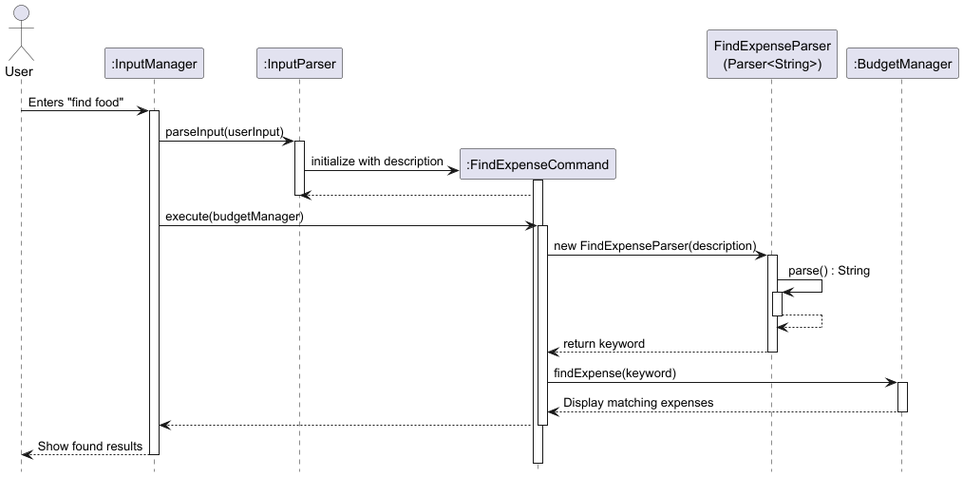
This is docs/diagrams/FindExpenseSequenceDiagram.png from AY2425S2-CS2113-T12-4/tp, a PlantUML export, as it was before one commit. Its source is kept beside it as docs/diagrams/FindExpenseSequenceDiagram.puml. The source it was exported from:
```plantuml
@startuml
hide circle
skinparam classAttributeIconSize 0
hide footbox

actor User
participant ":InputManager" as IM
participant ":InputParser" as IP
participant ":FindExpenseCommand" as FEC
participant ":FindExpenseParser" as FEP
participant ":BudgetManager" as BM
participant ":UI" as UI

User -> IM: Enters "find food"
activate IM
IM -> IP: parseInput(userInput)
activate IP
create FEC
IP -> FEC: initialize with (description)
activate FEC
FEC --> IP
deactivate FEC
IP --> IM: Return FindExpenseCommand object
deactivate IP
IM -> FEC: execute(budgetManager)
activate FEC
FEC -> FEP: new FindExpenseParser(description)
activate FEP
FEP -> FEP: parse()
activate FEP
FEP --> FEP
deactivate FEP
FEP --> FEC: Return keyword
deactivate FEP
box FEC #LightYellow
FEC -> BM: findExpense(keyword)
activate BM
BM -> UI: printSearchHeader(keyword)
activate UI
UI --> BM: header printed
deactivate UI

loop For each expense in Overall budget
   alt expense description contains keyword
      BM -> UI: printMatchingExpense(expenseIndex, expense)
      activate UI
      UI --> BM: expense printed
      deactivate UI
   end
end

alt No matching expense found
   BM -> UI: printNoMatchesFound(keyword)
   activate UI
   UI --> BM: printed no matches message
   deactivate UI
else Matching expense(s) found
   BM -> UI: printSeparator()
   activate UI
   UI --> BM: printed separator
   deactivate UI
end

BM --> FEC: (findExpense complete)
deactivate BM
FEC --> IM:
end box
deactivate FEC
IM --> User: Show search results
deactivate IM
@enduml
```
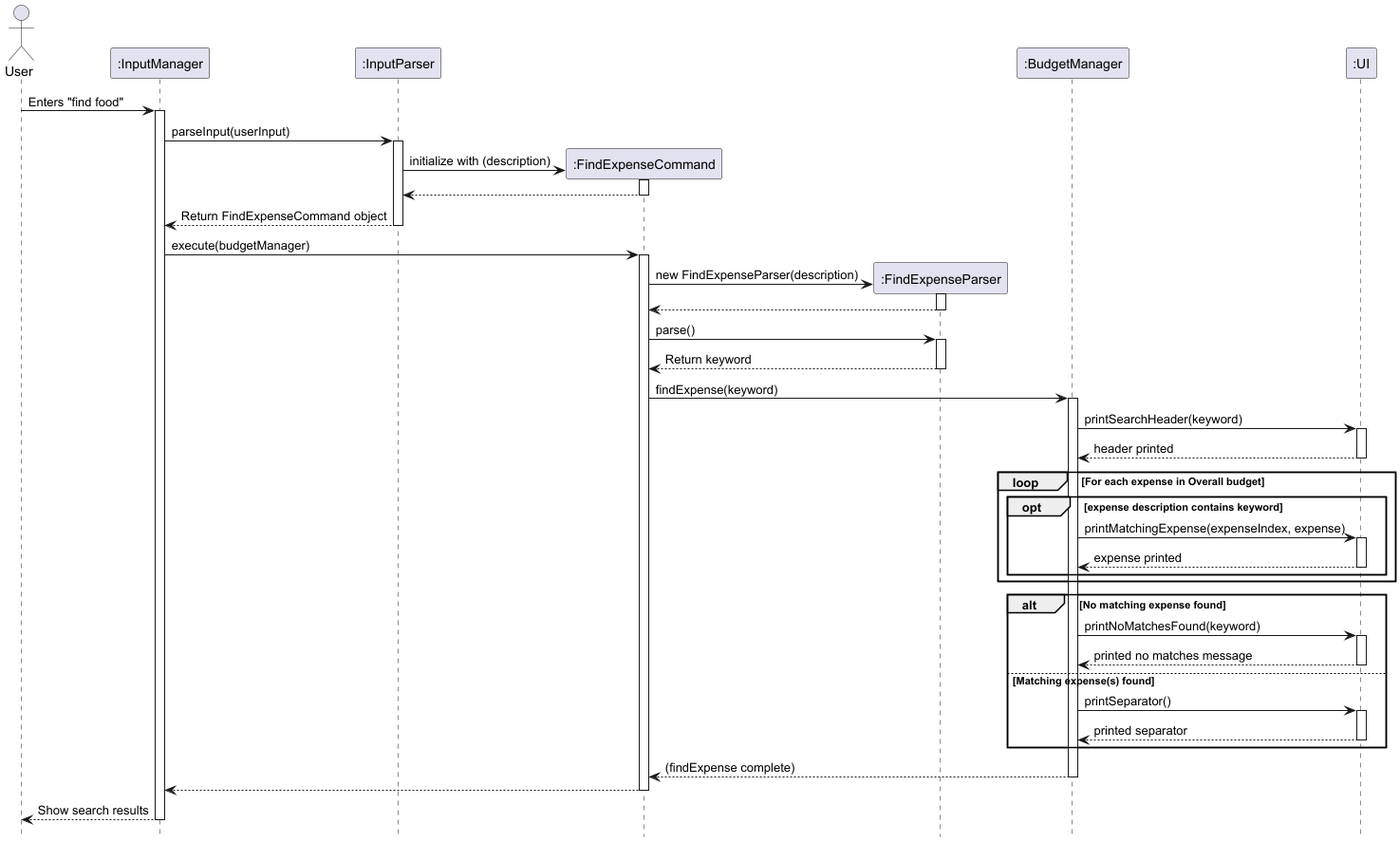
Above is the later version.

What changed in the source:
```diff
@@ -24,14 +24,18 @@
 deactivate IP
 IM -> FEC: execute(budgetManager)
 activate FEC
+create FEP
+
 FEC -> FEP: new FindExpenseParser(description)
 activate FEP
-FEP -> FEP: parse()
+FEP --> FEC
+deactivate FEP
+
+FEC -> FEP: parse()
 activate FEP
-FEP --> FEP
-deactivate FEP
 FEP --> FEC: Return keyword
 deactivate FEP
+
 box FEC #LightYellow
 FEC -> BM: findExpense(keyword)
 activate BM
@@ -41,7 +45,7 @@
 deactivate UI
 
 loop For each expense in Overall budget
-   alt expense description contains keyword
+   opt expense description contains keyword
       BM -> UI: printMatchingExpense(expenseIndex, expense)
       activate UI
       UI --> BM: expense printed
```
